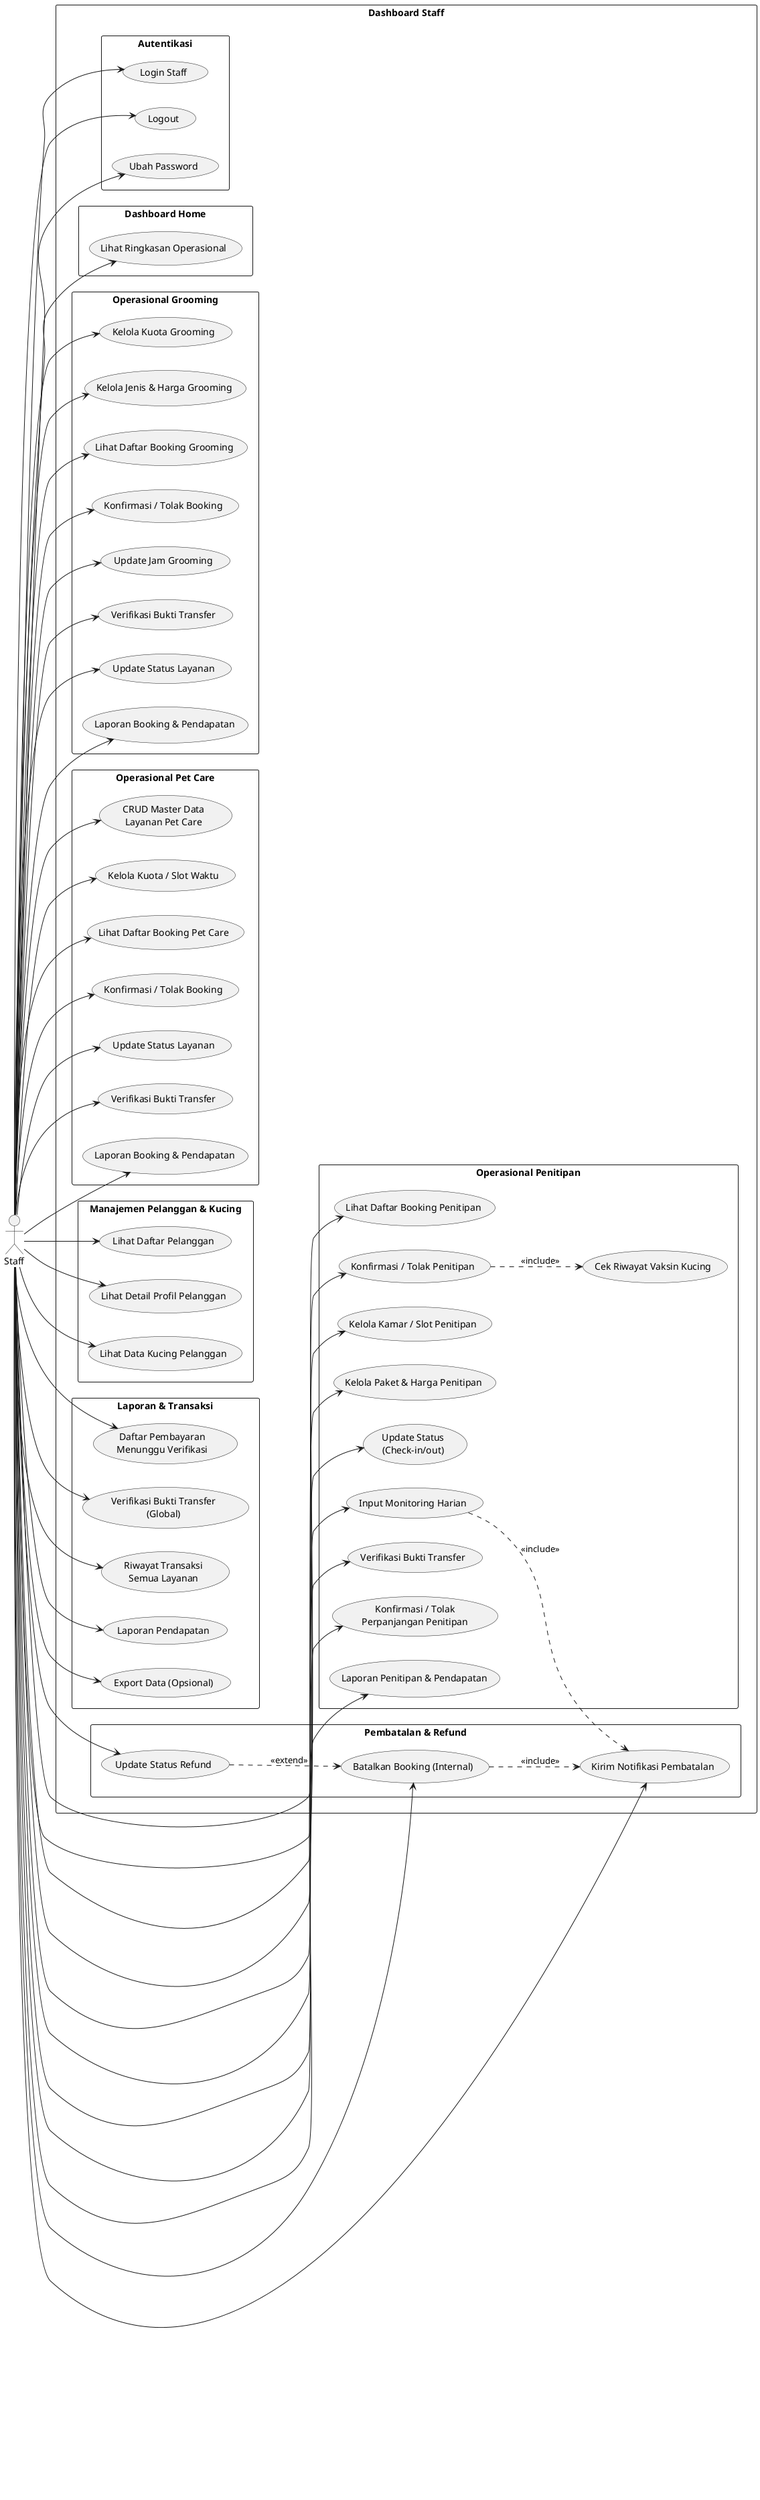
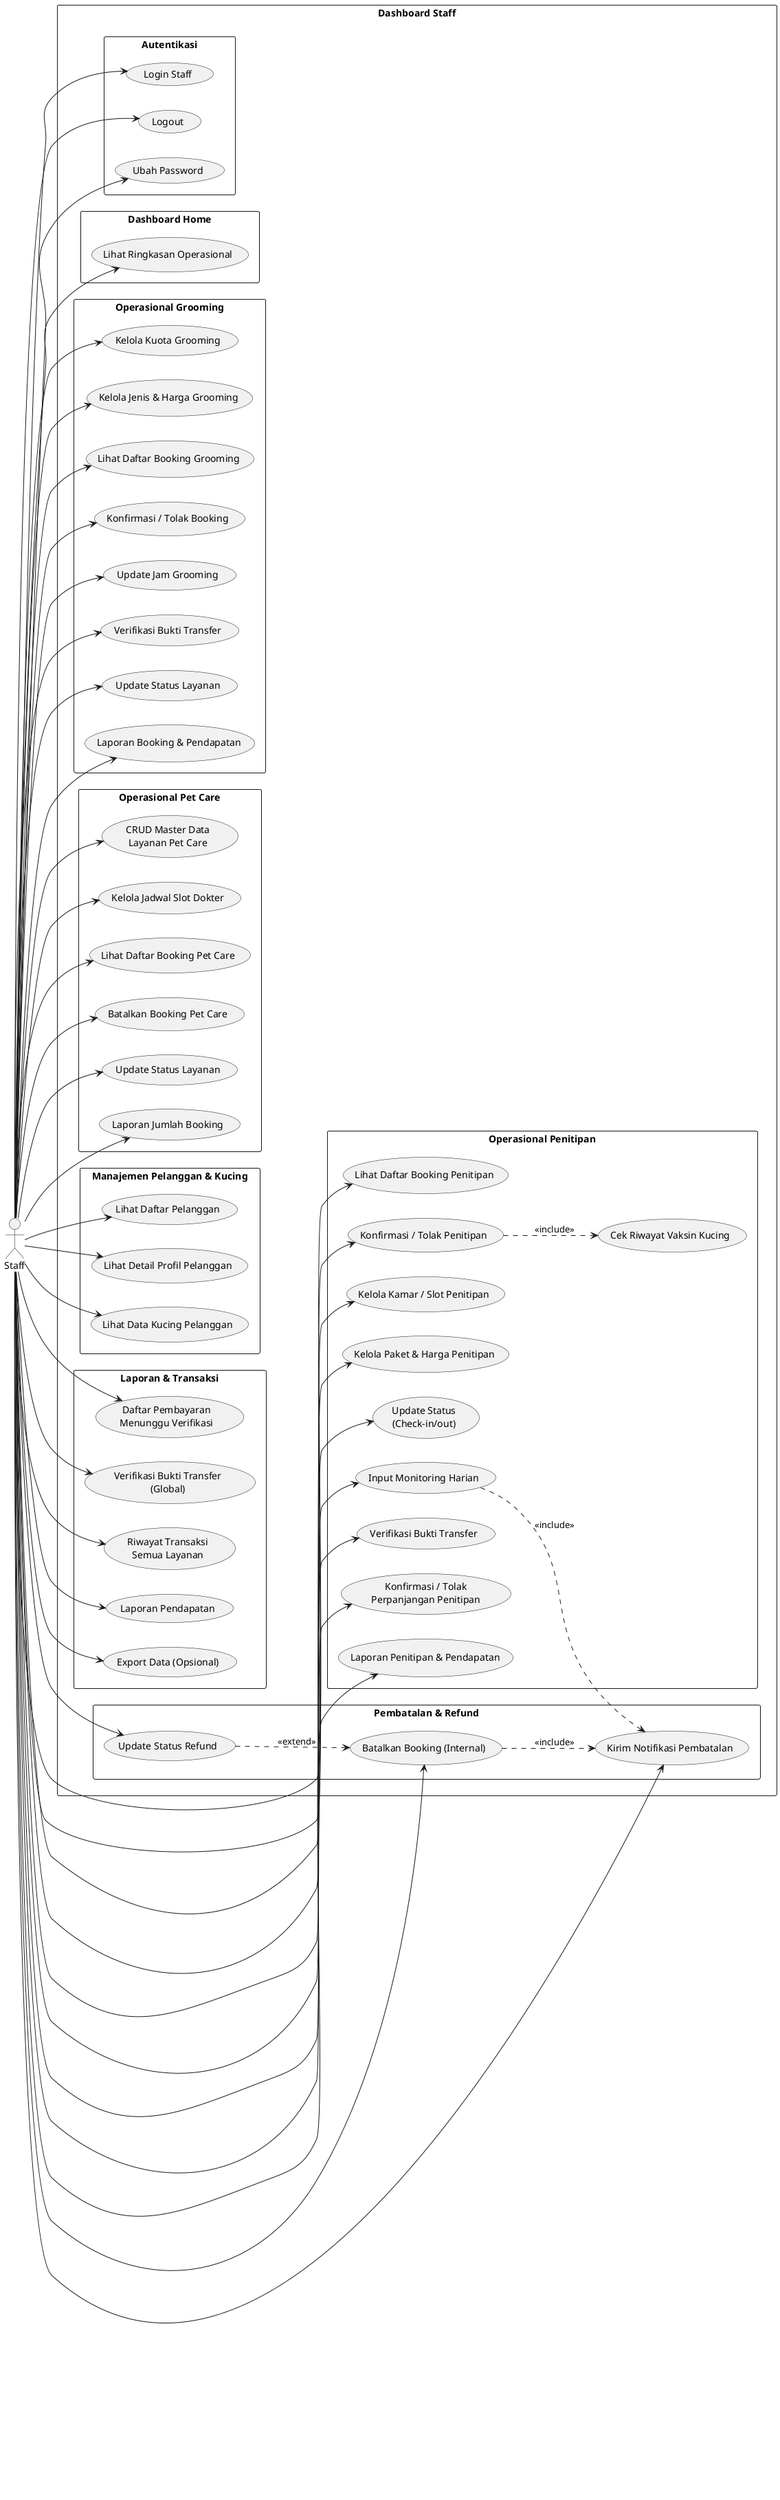
@startuml usecase-staff
left to right direction
skinparam packageStyle rectangle

actor Staff

rectangle "Dashboard Staff" {
  rectangle "Autentikasi" {
    usecase "Login Staff" as UC_LoginStaff
    usecase "Logout" as UC_LogoutStaff
    usecase "Ubah Password" as UC_UbahPwdStaff
  }

  rectangle "Dashboard Home" {
    usecase "Lihat Ringkasan Operasional" as UC_RingkasanStaff
  }

  rectangle "Operasional Grooming" {
    usecase "Kelola Kuota Grooming" as UC_KuotaGrooming
    usecase "Kelola Jenis & Harga Grooming" as UC_JenisHargaGrooming
    usecase "Lihat Daftar Booking Grooming" as UC_DaftarBookingGrooming
    usecase "Konfirmasi / Tolak Booking" as UC_KonfirmasiGrooming
    usecase "Update Jam Grooming" as UC_UpdateJamGrooming
    usecase "Verifikasi Bukti Transfer" as UC_VerifGrooming
    usecase "Update Status Layanan" as UC_StatusLayananGrooming
    usecase "Laporan Booking & Pendapatan" as UC_LaporanGrooming
  }

  rectangle "Operasional Penitipan" {
    usecase "Lihat Daftar Booking Penitipan" as UC_DaftarBookingPenitipan
    usecase "Konfirmasi / Tolak Penitipan" as UC_KonfirmasiPenitipan
    usecase "Cek Riwayat Vaksin Kucing" as UC_CekVaksin
    usecase "Kelola Kamar / Slot Penitipan" as UC_KamarPenitipan
    usecase "Kelola Paket & Harga Penitipan" as UC_PaketHargaPenitipan
    usecase "Update Status\n(Check-in/out)" as UC_StatusPenitipanStaff
    usecase "Input Monitoring Harian" as UC_InputMonitoring
    usecase "Verifikasi Bukti Transfer" as UC_VerifPenitipan
    usecase "Konfirmasi / Tolak\nPerpanjangan Penitipan" as UC_KonfirmasiPerpanjangan
    usecase "Laporan Penitipan & Pendapatan" as UC_LaporanPenitipan
  }

  rectangle "Operasional Pet Care" {
    usecase "CRUD Master Data\nLayanan Pet Care" as UC_CRUDPetCare
-     usecase "Kelola Kuota / Slot Waktu" as UC_KuotaPetCare
+     usecase "Kelola Jadwal Slot Dokter" as UC_JadwalSlotDokter
    usecase "Lihat Daftar Booking Pet Care" as UC_DaftarBookingPetCare
-     usecase "Konfirmasi / Tolak Booking" as UC_KonfirmasiPetCare
+     usecase "Batalkan Booking Pet Care" as UC_BatalPetCareStaff
    usecase "Update Status Layanan" as UC_StatusPetCareStaff
-     usecase "Verifikasi Bukti Transfer" as UC_VerifPetCare
-     usecase "Laporan Booking & Pendapatan" as UC_LaporanPetCare
+     usecase "Laporan Jumlah Booking" as UC_LaporanPetCare
  }

  rectangle "Manajemen Pelanggan & Kucing" {
    usecase "Lihat Daftar Pelanggan" as UC_DaftarPelanggan
    usecase "Lihat Detail Profil Pelanggan" as UC_DetailPelanggan
    usecase "Lihat Data Kucing Pelanggan" as UC_LihatKucingPelanggan
  }

  rectangle "Laporan & Transaksi" {
    usecase "Daftar Pembayaran\nMenunggu Verifikasi" as UC_DaftarVerif
    usecase "Verifikasi Bukti Transfer\n(Global)" as UC_VerifTransfer
    usecase "Riwayat Transaksi\nSemua Layanan" as UC_RiwayatTransaksiStaff
    usecase "Laporan Pendapatan" as UC_LaporanPendapatan
    usecase "Export Data (Opsional)" as UC_ExportData
  }

  rectangle "Pembatalan & Refund" {
    usecase "Batalkan Booking (Internal)" as UC_BatalInternal
    usecase "Update Status Refund" as UC_UpdateRefund
    usecase "Kirim Notifikasi Pembatalan" as UC_NotifBatal
  }
}

Staff --> UC_LoginStaff
Staff --> UC_LogoutStaff
Staff --> UC_UbahPwdStaff
Staff --> UC_RingkasanStaff
Staff --> UC_KuotaGrooming
Staff --> UC_JenisHargaGrooming
Staff --> UC_DaftarBookingGrooming
Staff --> UC_KonfirmasiGrooming
Staff --> UC_UpdateJamGrooming
Staff --> UC_VerifGrooming
Staff --> UC_StatusLayananGrooming
Staff --> UC_LaporanGrooming
Staff --> UC_DaftarBookingPenitipan
Staff --> UC_KonfirmasiPenitipan
Staff --> UC_KamarPenitipan
Staff --> UC_PaketHargaPenitipan
Staff --> UC_StatusPenitipanStaff
Staff --> UC_InputMonitoring
Staff --> UC_VerifPenitipan
Staff --> UC_KonfirmasiPerpanjangan
Staff --> UC_LaporanPenitipan
Staff --> UC_CRUDPetCare
- Staff --> UC_KuotaPetCare
+ Staff --> UC_JadwalSlotDokter
Staff --> UC_DaftarBookingPetCare
- Staff --> UC_KonfirmasiPetCare
+ Staff --> UC_BatalPetCareStaff
Staff --> UC_StatusPetCareStaff
- Staff --> UC_VerifPetCare
Staff --> UC_LaporanPetCare
Staff --> UC_DaftarPelanggan
Staff --> UC_DetailPelanggan
Staff --> UC_LihatKucingPelanggan
Staff --> UC_DaftarVerif
Staff --> UC_VerifTransfer
Staff --> UC_RiwayatTransaksiStaff
Staff --> UC_LaporanPendapatan
Staff --> UC_ExportData
Staff --> UC_BatalInternal
Staff --> UC_UpdateRefund
Staff --> UC_NotifBatal

UC_KonfirmasiPenitipan ..> UC_CekVaksin : <<include>>
UC_BatalInternal ..> UC_NotifBatal : <<include>>
UC_InputMonitoring ..> UC_NotifBatal : <<include>>
UC_UpdateRefund ..> UC_BatalInternal : <<extend>>

@enduml
